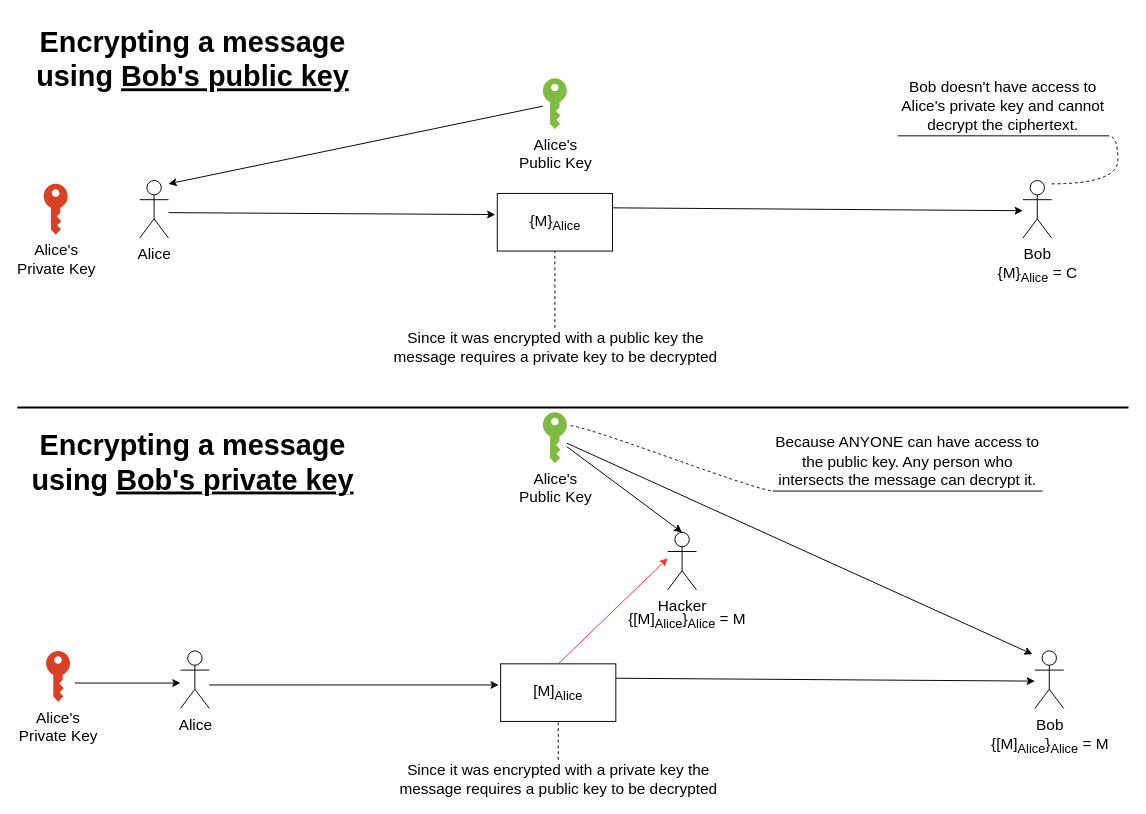
Earlier version of the draw.io diagram Two Key encryption and decryption 2.drawio (ProTapia/IST-215-Notes). Source tidied: cells renumbered, new cells numbered last; positions are measured from the earlier drawing's top-left corner, leaving out a move shared by most shapes. Both pictures are drawn from the tidied source at 96%, with x=0, y=0 at pixel (16, 20).
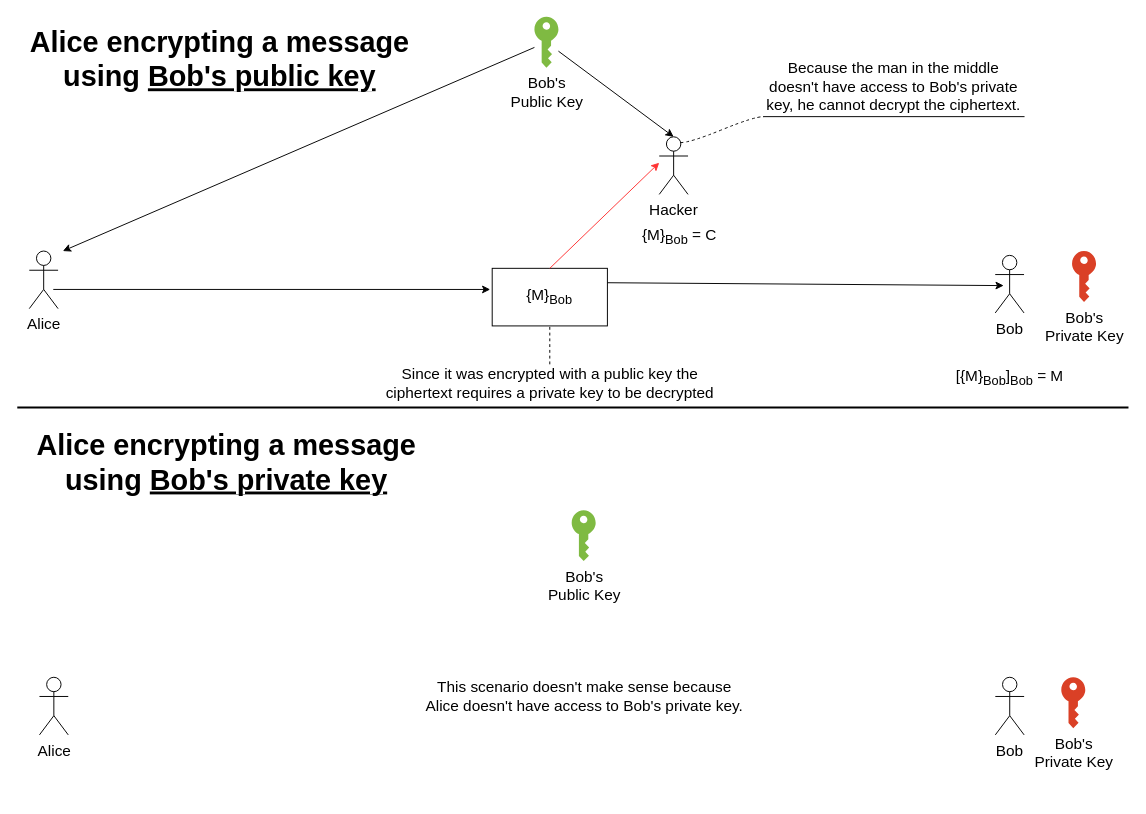
After the change.

Diff of the diagram source:
```diff
@@
-    <mxCell id="2" value="Encrypting a message &lt;br&gt;using &lt;u&gt;Bob's public key&lt;/u&gt;" style="text;html=1;align=center;verticalAlign=middle;fontSize=30;fontStyle=1;" parent="1" vertex="1">
-      <mxGeometry x="13" width="340" height="80" as="geometry" />
+    <mxCell id="2" value="Alice encrypting a message&lt;br&gt;using &lt;u&gt;Bob's public key&lt;/u&gt;" style="text;html=1;align=center;verticalAlign=middle;fontSize=30;fontStyle=1;" parent="1" vertex="1">
+      <mxGeometry x="5.5" width="410" height="80" as="geometry" />
     </mxCell>
-    <mxCell id="3" value="Alice" style="shape=umlActor;verticalLabelPosition=bottom;labelBackgroundColor=#ffffff;verticalAlign=top;html=1;fontSize=16;" parent="1" vertex="1">
-      <mxGeometry x="128" y="166.5" width="30" height="60" as="geometry" />
-    </mxCell>
-    <mxCell id="4" value="Bob" style="shape=umlActor;verticalLabelPosition=bottom;labelBackgroundColor=#ffffff;verticalAlign=top;html=1;fontSize=16;" parent="1" vertex="1">
-      <mxGeometry x="1048" y="166.5" width="30" height="60" as="geometry" />
-    </mxCell>
-    <mxCell id="5" value="Alice's&lt;br&gt;Private Key" style="shadow=0;dashed=0;html=1;strokeColor=none;labelPosition=center;verticalLabelPosition=bottom;verticalAlign=top;align=center;shape=mxgraph.office.security.key_permissions;fillColor=#DA4026;fontSize=16;" parent="1" vertex="1">
-      <mxGeometry x="28" y="170" width="25" height="53" as="geometry" />
+    <mxCell id="5" value="Bob's&lt;br&gt;Private Key" style="shadow=0;dashed=0;html=1;strokeColor=none;labelPosition=center;verticalLabelPosition=bottom;verticalAlign=top;align=center;shape=mxgraph.office.security.key_permissions;fillColor=#DA4026;fontSize=16;" parent="1" vertex="1">
+      <mxGeometry x="1099.2" y="240" width="25" height="53" as="geometry" />
     </mxCell>
-    <mxCell id="6" value="Alice's&lt;br&gt;Public Key" style="shadow=0;dashed=0;html=1;strokeColor=none;labelPosition=center;verticalLabelPosition=bottom;verticalAlign=top;outlineConnect=0;align=center;shape=mxgraph.office.security.key_permissions;fillColor=#7FBA42;fontSize=16;" parent="1" vertex="1">
-      <mxGeometry x="548" y="60" width="25" height="53" as="geometry" />
-    </mxCell>
@@
-    <mxCell id="8" value="{M}&lt;sub&gt;Alice&lt;/sub&gt;" style="rounded=0;whiteSpace=wrap;html=1;fontSize=16;" parent="1" vertex="1">
-      <mxGeometry x="500.5" y="180" width="120" height="60" as="geometry" />
-    </mxCell>
-    <mxCell id="9" style="endArrow=classic;html=1;fontSize=16;" parent="1" edge="1" source="6">
-      <mxGeometry relative="1" as="geometry">
-        <mxPoint x="158" y="170" as="targetPoint" />
-      </mxGeometry>
-    </mxCell>
-    <mxCell id="10" style="endArrow=classic;html=1;fontSize=16;entryX=-0.017;entryY=0.367;entryDx=0;entryDy=0;entryPerimeter=0;" parent="1" edge="1" target="8">
-      <mxGeometry relative="1" as="geometry">
-        <mxPoint x="158" y="200" as="sourcePoint" />
-      </mxGeometry>
-    </mxCell>
-    <mxCell id="11" style="endArrow=classic;html=1;fontSize=16;exitX=1;exitY=0.25;exitDx=0;exitDy=0;" parent="1" edge="1" source="8">
-      <mxGeometry relative="1" as="geometry">
-        <mxPoint x="1048" y="198" as="targetPoint" />
-      </mxGeometry>
-    </mxCell>
-    <mxCell id="12" value="Since it was encrypted with a public key the&lt;br&gt;message requires a private key to be decrypted" style="text;html=1;align=center;verticalAlign=middle;points=[];fontSize=16;" parent="1" vertex="1">
-      <mxGeometry x="385.5" y="320" width="350" height="40" as="geometry" />
-    </mxCell>
-    <mxCell id="13" value="Bob doesn't have access to Alice's private key and cannot decrypt the ciphertext." style="whiteSpace=wrap;html=1;shape=partialRectangle;top=0;left=0;bottom=1;right=0;points=[[0,1],[1,1]];strokeColor=#000000;fillColor=none;align=center;verticalAlign=bottom;routingCenterY=0.5;snapToPoint=1;fontSize=16;" parent="1" vertex="1">
-      <mxGeometry x="918" y="100" width="219" height="20" as="geometry" />
-    </mxCell>
-    <mxCell id="14" style="edgeStyle=entityRelationEdgeStyle;startArrow=none;endArrow=none;segment=10;curved=1;fontSize=16;dashed=1;" parent="1" edge="1" target="13">
-      <mxGeometry relative="1" as="geometry">
-        <mxPoint x="1078" y="170" as="sourcePoint" />
-      </mxGeometry>
-    </mxCell>
-    <mxCell id="15" style="endArrow=none;dashed=1;html=1;fontSize=16;entryX=0.5;entryY=1;entryDx=0;entryDy=0;" parent="1" edge="1" source="12" target="8">
-      <mxGeometry relative="1" as="geometry" />
-    </mxCell>
     <mxCell id="16" value="Alice" style="shape=umlActor;verticalLabelPosition=bottom;labelBackgroundColor=#ffffff;verticalAlign=top;html=1;fontSize=16;" parent="1" vertex="1">
-      <mxGeometry x="170.5" y="656.5" width="30" height="60" as="geometry" />
+      <mxGeometry x="13" y="240" width="30" height="60" as="geometry" />
     </mxCell>
     <mxCell id="17" value="Bob" style="shape=umlActor;verticalLabelPosition=bottom;labelBackgroundColor=#ffffff;verticalAlign=top;html=1;fontSize=16;" parent="1" vertex="1">
-      <mxGeometry x="1060.5" y="656.5" width="30" height="60" as="geometry" />
+      <mxGeometry x="1019.2" y="244.5" width="30" height="60" as="geometry" />
     </mxCell>
-    <mxCell id="18" value="Alice's&lt;br&gt;Private Key" style="shadow=0;dashed=0;html=1;strokeColor=none;labelPosition=center;verticalLabelPosition=bottom;verticalAlign=top;align=center;shape=mxgraph.office.security.key_permissions;fillColor=#DA4026;fontSize=16;" parent="1" vertex="1">
-      <mxGeometry x="30.5" y="656.5" width="25" height="53" as="geometry" />
-    </mxCell>
-    <mxCell id="19" value="Alice's&lt;br&gt;Public Key" style="shadow=0;dashed=0;html=1;strokeColor=none;labelPosition=center;verticalLabelPosition=bottom;verticalAlign=top;outlineConnect=0;align=center;shape=mxgraph.office.security.key_permissions;fillColor=#7FBA42;fontSize=16;" parent="1" vertex="1">
-      <mxGeometry x="548" y="408" width="25" height="53" as="geometry" />
+    <mxCell id="19" value="Bob's&lt;br&gt;Public Key" style="shadow=0;dashed=0;html=1;strokeColor=none;labelPosition=center;verticalLabelPosition=bottom;verticalAlign=top;outlineConnect=0;align=center;shape=mxgraph.office.security.key_permissions;fillColor=#7FBA42;fontSize=16;" parent="1" vertex="1">
+      <mxGeometry x="539.2" y="-4" width="25" height="53" as="geometry" />
     </mxCell>
-    <mxCell id="20" value="[M]&lt;sub&gt;Alice&lt;/sub&gt;" style="rounded=0;whiteSpace=wrap;html=1;fontSize=16;" parent="1" vertex="1">
-      <mxGeometry x="504" y="670" width="120" height="60" as="geometry" />
+    <mxCell id="20" value="{M}&lt;font style=&quot;font-size: 16px&quot;&gt;&lt;sub&gt;Bob&lt;/sub&gt;&lt;/font&gt;" style="rounded=0;whiteSpace=wrap;html=1;fontSize=16;" parent="1" vertex="1">
+      <mxGeometry x="495.2" y="258" width="120" height="60" as="geometry" />
     </mxCell>
     <mxCell id="21" style="endArrow=classic;html=1;fontSize=16;entryX=-0.017;entryY=0.367;entryDx=0;entryDy=0;entryPerimeter=0;" parent="1" edge="1" target="20">
       <mxGeometry relative="1" as="geometry">
-        <mxPoint x="200.5" y="692" as="sourcePoint" />
+        <mxPoint x="38" y="280" as="sourcePoint" />
       </mxGeometry>
     </mxCell>
     <mxCell id="22" style="endArrow=classic;html=1;fontSize=16;exitX=1;exitY=0.25;exitDx=0;exitDy=0;" parent="1" edge="1" source="20">
       <mxGeometry relative="1" as="geometry">
-        <mxPoint x="1060.5" y="688" as="targetPoint" />
+        <mxPoint x="1028" y="276" as="targetPoint" />
       </mxGeometry>
     </mxCell>
-    <mxCell id="23" value="Since it was encrypted with a private key the&lt;br&gt;message requires a public key to be decrypted" style="text;html=1;align=center;verticalAlign=middle;points=[];fontSize=16;" parent="1" vertex="1">
-      <mxGeometry x="389" y="770" width="350" height="40" as="geometry" />
+    <mxCell id="23" value="Since it was encrypted with a public key the&lt;br&gt;ciphertext requires a private key to be decrypted" style="text;html=1;align=center;verticalAlign=middle;points=[];fontSize=16;" parent="1" vertex="1">
+      <mxGeometry x="375.2" y="358" width="360" height="40" as="geometry" />
     </mxCell>
@@
-    <mxCell id="25" style="endArrow=classic;html=1;fontSize=16;" parent="1" edge="1">
-      <mxGeometry relative="1" as="geometry">
-        <mxPoint x="60.5" y="690" as="sourcePoint" />
-        <mxPoint x="170.5" y="690" as="targetPoint" />
-      </mxGeometry>
-    </mxCell>
-    <mxCell id="26" value="Encrypting a message &lt;br&gt;using &lt;u&gt;Bob's private key&lt;/u&gt;" style="text;html=1;align=center;verticalAlign=middle;fontSize=30;fontStyle=1;" parent="1" vertex="1">
-      <mxGeometry x="8" y="420" width="350" height="80" as="geometry" />
+    <mxCell id="26" value="Alice encrypting a message&lt;br&gt;using &lt;u&gt;Bob's private key&lt;/u&gt;" style="text;html=1;align=center;verticalAlign=middle;fontSize=30;fontStyle=1;" parent="1" vertex="1">
+      <mxGeometry x="13" y="420" width="410" height="80" as="geometry" />
     </mxCell>
     <mxCell id="27" value="Hacker" style="shape=umlActor;verticalLabelPosition=bottom;labelBackgroundColor=#ffffff;verticalAlign=top;html=1;outlineConnect=0;fontSize=16;" parent="1" vertex="1">
-      <mxGeometry x="678" y="533" width="30" height="60" as="geometry" />
+      <mxGeometry x="669.2" y="121" width="30" height="60" as="geometry" />
     </mxCell>
     <mxCell id="28" style="endArrow=classic;html=1;fontSize=16;" parent="1" edge="1" source="19">
       <mxGeometry relative="1" as="geometry">
-        <mxPoint x="1058" y="660" as="targetPoint" />
+        <mxPoint x="48" y="240" as="targetPoint" />
       </mxGeometry>
     </mxCell>
@@
     <mxCell id="30" style="endArrow=classic;html=1;fontSize=16;exitX=0.5;exitY=0;exitDx=0;exitDy=0;fillColor=#f8cecc;strokeColor=#FF3333;" parent="1" edge="1" source="20">
       <mxGeometry relative="1" as="geometry">
-        <mxPoint x="678" y="560" as="targetPoint" />
+        <mxPoint x="669.2" y="148" as="targetPoint" />
       </mxGeometry>
     </mxCell>
-    <mxCell id="31" value="{[M]&lt;sub&gt;Alice&lt;/sub&gt;}&lt;sub&gt;Alice&lt;/sub&gt; = M" style="text;html=1;align=center;verticalAlign=middle;fontSize=16;" parent="1" vertex="1">
-      <mxGeometry x="628" y="610" width="140" height="30" as="geometry" />
+    <mxCell id="31" value="{M}&lt;sub&gt;Bob&lt;/sub&gt; = C" style="text;html=1;align=center;verticalAlign=middle;fontSize=16;" parent="1" vertex="1">
+      <mxGeometry x="645.2" y="210" width="90" height="30" as="geometry" />
     </mxCell>
-    <mxCell id="32" value="{[M]&lt;sub&gt;Alice&lt;/sub&gt;}&lt;sub&gt;Alice&lt;/sub&gt; = M" style="text;html=1;align=center;verticalAlign=middle;fontSize=16;" parent="1" vertex="1">
-      <mxGeometry x="1005.5" y="740" width="140" height="30" as="geometry" />
+    <mxCell id="32" value="[{M}&lt;sub&gt;Bob&lt;/sub&gt;]&lt;sub&gt;Bob&lt;/sub&gt;&amp;nbsp;= M" style="text;html=1;align=center;verticalAlign=middle;fontSize=16;" parent="1" vertex="1">
+      <mxGeometry x="969.2" y="356.5" width="130" height="30" as="geometry" />
     </mxCell>
-    <mxCell id="33" value="Because ANYONE can have access to the public key. Any person who intersects the message can decrypt it." style="whiteSpace=wrap;html=1;shape=partialRectangle;top=0;left=0;bottom=1;right=0;points=[[0,1],[1,1]];strokeColor=#000000;fillColor=none;align=center;verticalAlign=bottom;routingCenterY=0.5;snapToPoint=1;fontSize=16;" parent="1" vertex="1">
-      <mxGeometry x="788" y="470" width="280" height="20" as="geometry" />
+    <mxCell id="33" value="Because the man in the middle doesn't have access to Bob's private key, he cannot decrypt the ciphertext." style="whiteSpace=wrap;html=1;shape=partialRectangle;top=0;left=0;bottom=1;right=0;points=[[0,1],[1,1]];strokeColor=#000000;fillColor=none;align=center;verticalAlign=bottom;routingCenterY=0.5;snapToPoint=1;fontSize=16;" parent="1" vertex="1">
+      <mxGeometry x="778" y="80" width="271.2" height="20" as="geometry" />
     </mxCell>
-    <mxCell id="34" style="edgeStyle=entityRelationEdgeStyle;startArrow=none;endArrow=none;segment=10;curved=1;strokeColor=#080808;fontSize=16;exitX=1.16;exitY=0.264;exitDx=0;exitDy=0;exitPerimeter=0;dashed=1;" parent="1" edge="1" source="19" target="33">
+    <mxCell id="34" style="edgeStyle=entityRelationEdgeStyle;startArrow=none;endArrow=none;segment=10;curved=1;strokeColor=#080808;fontSize=16;exitX=0.75;exitY=0.1;exitDx=0;exitDy=0;exitPerimeter=0;dashed=1;" parent="1" edge="1" source="27" target="33">
       <mxGeometry relative="1" as="geometry" />
     </mxCell>
-    <mxCell id="35" value="{M}&lt;sub&gt;Alice&lt;/sub&gt; = C" style="text;html=1;align=center;verticalAlign=middle;fontSize=16;" parent="1" vertex="1">
-      <mxGeometry x="1013" y="250" width="100" height="30" as="geometry" />
-    </mxCell>
+    <mxCell id="36" value="This scenario doesn't make sense because &lt;br&gt;Alice doesn't have access to Bob's private key." style="text;html=1;align=center;verticalAlign=middle;fontSize=16;" parent="1" vertex="1">
+      <mxGeometry x="415.5" y="684" width="350" height="40" as="geometry" />
+    </mxCell>
+    <mxCell id="37" value="Bob's&lt;br&gt;Private Key" style="shadow=0;dashed=0;html=1;strokeColor=none;labelPosition=center;verticalLabelPosition=bottom;verticalAlign=top;align=center;shape=mxgraph.office.security.key_permissions;fillColor=#DA4026;fontSize=16;" parent="1" vertex="1">
+      <mxGeometry x="1088" y="684" width="25" height="53" as="geometry" />
+    </mxCell>
+    <mxCell id="3" value="Alice" style="shape=umlActor;verticalLabelPosition=bottom;labelBackgroundColor=#ffffff;verticalAlign=top;html=1;fontSize=16;" parent="1" vertex="1">
+      <mxGeometry x="23.6" y="684" width="30" height="60" as="geometry" />
+    </mxCell>
+    <mxCell id="4" value="Bob" style="shape=umlActor;verticalLabelPosition=bottom;labelBackgroundColor=#ffffff;verticalAlign=top;html=1;fontSize=16;" parent="1" vertex="1">
+      <mxGeometry x="1019.3" y="684" width="30" height="60" as="geometry" />
+    </mxCell>
+    <mxCell id="38" value="Bob's&lt;br&gt;Public Key" style="shadow=0;dashed=0;html=1;strokeColor=none;labelPosition=center;verticalLabelPosition=bottom;verticalAlign=top;align=center;shape=mxgraph.office.security.key_permissions;fillColor=#7FBA42;fontSize=16;" parent="1" vertex="1">
+      <mxGeometry x="578" y="510" width="25" height="53" as="geometry" />
+    </mxCell>
```
